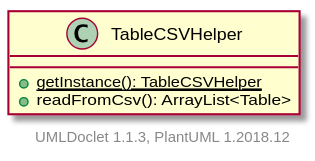
The PlantUML diagram projects/oodp/html/umlversion/uml/sg.edu.ntu.scse.cz2002.util.TableCSVHelper.svg in itachi1706/How-to-use-Git-NTUSCSE1819-Site, before a commit. Its diagram source:
```plantuml
@startuml

    class TableCSVHelper {
        {static} +getInstance(): TableCSVHelper
        +readFromCsv(): ArrayList<Table>
    }


    center footer UMLDoclet 1.1.3, PlantUML 1.2018.12
@enduml
```
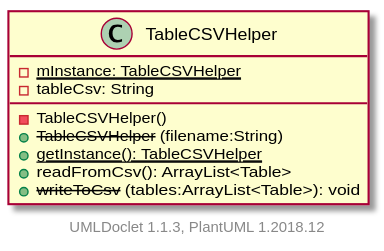
After the change.

The edit, as a diff of the source:
```diff
@@ -1,8 +1,13 @@
 @startuml
 
-    class TableCSVHelper {
+    class TableCSVHelper [[../sg/edu/ntu/scse/cz2002/util/TableCSVHelper.html]] {
+        {static} -mInstance: TableCSVHelper
+        -tableCsv: String
+        -TableCSVHelper()
+        + --TableCSVHelper-- (filename:String)
         {static} +getInstance(): TableCSVHelper
         +readFromCsv(): ArrayList<Table>
+        + --writeToCsv-- (tables:ArrayList<Table>): void
     }
 
 
```
